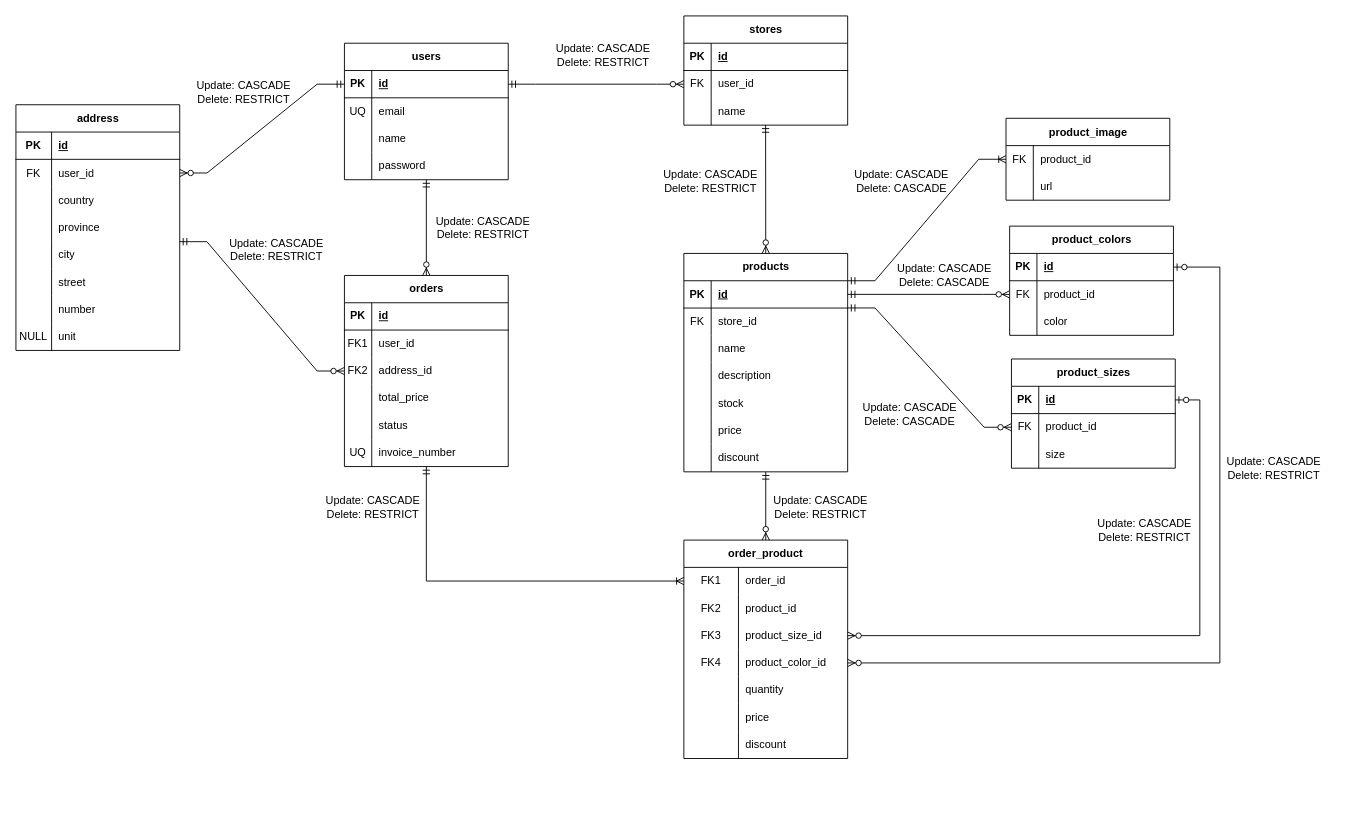
This is logical-design/exercise-7-ecommerce.drawio from hdz-kevin/learning-database-design, a draw.io file, before an edit. Source tidied: cells renumbered, new cells numbered last; positions are measured from the earlier drawing's top-left corner, leaving out a move shared by most shapes. Both pictures are drawn from the tidied source at 91%, with x=0, y=0 at pixel (15, 15).
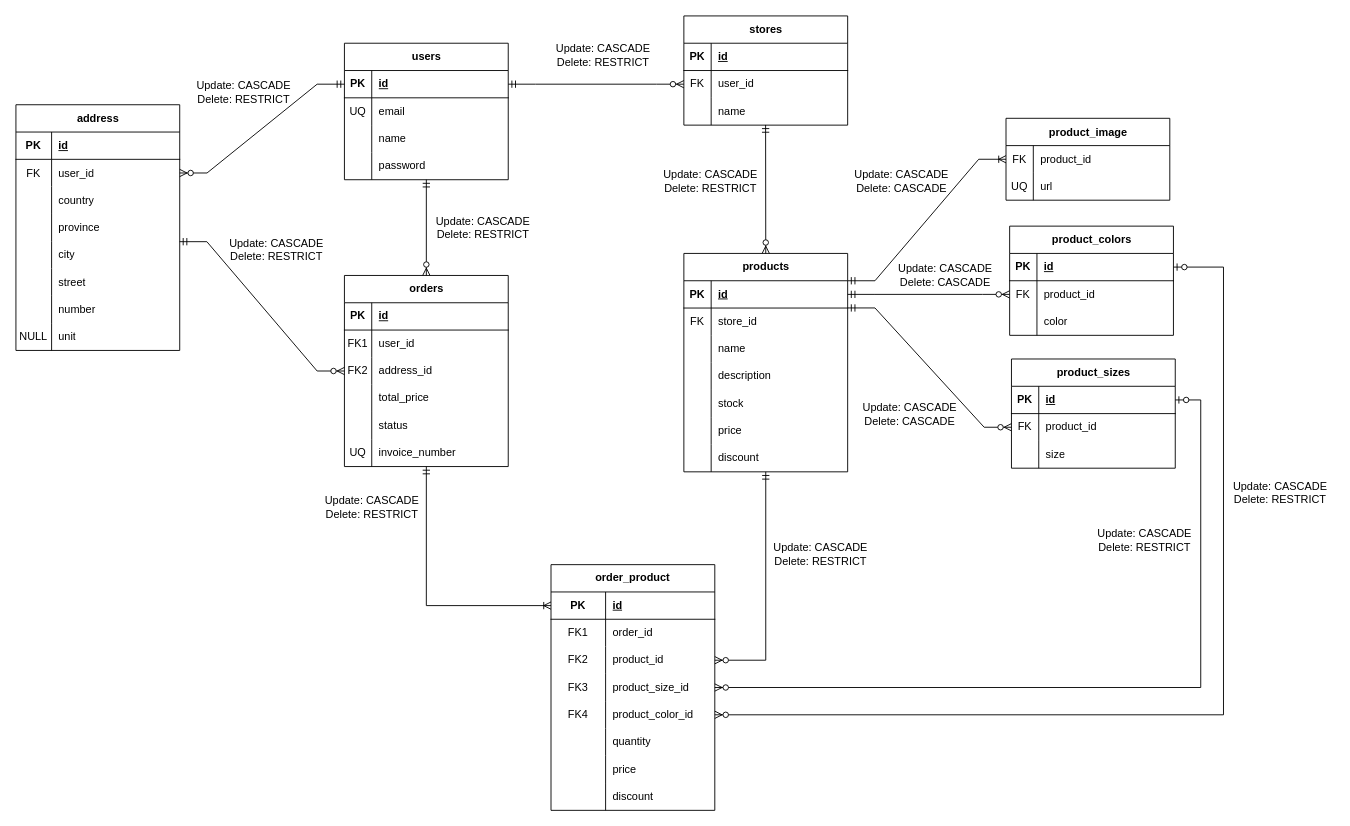
After the change.

Commit message (it also covers changes not shown here):
physical design - exercise 3: chat rooms

The change refers to these unchanged cells:
```xml
<mxCell id="26" value="products" style="shape=table;startSize=30;childLayout=tableLayout;rowLines=0;fontStyle=1;align=center;html=1;" parent="1" vertex="1">
  <mxGeometry x="734" y="261" width="180" height="240" as="geometry" />
</mxCell>
<mxCell id="52" style="shape=tableRow;horizontal=0;startSize=0;swimlaneHead=0;swimlaneBody=0;fillColor=none;top=0;left=0;right=0;bottom=0;" parent="48" vertex="1">
  <mxGeometry y="60" width="180" height="30" as="geometry" />
</mxCell>
<mxCell id="143" style="shape=tableRow;horizontal=0;startSize=0;swimlaneHead=0;swimlaneBody=0;fillColor=none;points=[[0,0.5],[1,0.5]];portConstraint=eastwest;top=0;left=0;right=0;bottom=1;" parent="142" vertex="1">
  <mxGeometry y="30" width="180" height="30" as="geometry" />
</mxCell>
<mxCell id="153" style="shape=tableRow;horizontal=0;startSize=0;swimlaneHead=0;swimlaneBody=0;fillColor=none;points=[[0,0.5],[1,0.5]];portConstraint=eastwest;top=0;left=0;right=0;bottom=1;" parent="152" vertex="1">
  <mxGeometry y="30" width="180" height="30" as="geometry" />
</mxCell>
```

The edit, as a diff of the source:
```diff
@@
-    <mxCell id="53" style="shape=partialRectangle;fillColor=none;top=0;left=0;bottom=0;right=0;overflow=hidden;whiteSpace=wrap;html=1;" parent="52" vertex="1">
+    <mxCell id="53" value="UQ" style="shape=partialRectangle;fillColor=none;top=0;left=0;bottom=0;right=0;overflow=hidden;whiteSpace=wrap;html=1;" parent="52" vertex="1">
       <mxGeometry width="30" height="30" as="geometry" />
     </mxCell>
@@
     <mxCell id="78" value="order_product" style="shape=table;startSize=30;childLayout=tableLayout;rowLines=0;fontStyle=1;align=center;html=1;whiteSpace=wrap;" parent="1" vertex="1">
-      <mxGeometry x="734" y="576" width="180" height="240" as="geometry" />
+      <mxGeometry x="588" y="603" width="180" height="270" as="geometry" />
     </mxCell>
-    <mxCell id="79" style="shape=tableRow;horizontal=0;startSize=0;swimlaneHead=0;swimlaneBody=0;fillColor=none;points=[[0,0.5],[1,0.5]];portConstraint=eastwest;top=0;left=0;right=0;bottom=0;html=1;" parent="78" vertex="1">
+    <mxCell id="79" style="shape=tableRow;horizontal=0;startSize=0;swimlaneHead=0;swimlaneBody=0;fillColor=none;points=[[0,0.5],[1,0.5]];portConstraint=eastwest;top=0;left=0;right=0;bottom=1;html=1;" parent="78" vertex="1">
       <mxGeometry y="30" width="180" height="30" as="geometry" />
     </mxCell>
-    <mxCell id="80" value="FK1" style="shape=partialRectangle;fillColor=none;top=0;left=0;bottom=0;right=0;overflow=hidden;html=1;whiteSpace=wrap;" parent="79" vertex="1">
+    <mxCell id="80" value="&lt;b&gt;PK&lt;/b&gt;" style="shape=partialRectangle;fillColor=none;top=0;left=0;bottom=0;right=0;overflow=hidden;html=1;whiteSpace=wrap;" parent="79" vertex="1">
       <mxGeometry width="60" height="30" as="geometry" />
     </mxCell>
-    <mxCell id="81" value="order_id" style="shape=partialRectangle;fillColor=none;top=0;left=0;bottom=0;right=0;align=left;spacingLeft=6;overflow=hidden;html=1;whiteSpace=wrap;" parent="79" vertex="1">
+    <mxCell id="81" value="&lt;u&gt;&lt;b&gt;id&lt;/b&gt;&lt;/u&gt;" style="shape=partialRectangle;fillColor=none;top=0;left=0;bottom=0;right=0;align=left;spacingLeft=6;overflow=hidden;html=1;whiteSpace=wrap;" parent="79" vertex="1">
       <mxGeometry x="60" width="120" height="30" as="geometry" />
     </mxCell>
+    <mxCell id="164" style="shape=tableRow;horizontal=0;startSize=0;swimlaneHead=0;swimlaneBody=0;fillColor=none;top=0;left=0;right=0;bottom=0;html=1;" parent="78" vertex="1">
+      <mxGeometry y="60" width="180" height="30" as="geometry" />
+    </mxCell>
+    <mxCell id="165" value="FK1" style="shape=partialRectangle;fillColor=none;top=0;left=0;bottom=0;right=0;overflow=hidden;html=1;whiteSpace=wrap;" parent="164" vertex="1">
+      <mxGeometry width="60" height="30" as="geometry" />
+    </mxCell>
+    <mxCell id="166" value="order_id" style="shape=partialRectangle;fillColor=none;top=0;left=0;bottom=0;right=0;align=left;spacingLeft=6;overflow=hidden;html=1;whiteSpace=wrap;" parent="164" vertex="1">
+      <mxGeometry x="60" width="120" height="30" as="geometry" />
+    </mxCell>
     <mxCell id="82" style="shape=tableRow;horizontal=0;startSize=0;swimlaneHead=0;swimlaneBody=0;fillColor=none;points=[[0,0.5],[1,0.5]];portConstraint=eastwest;top=0;left=0;right=0;bottom=0;html=1;" parent="78" vertex="1">
-      <mxGeometry y="60" width="180" height="30" as="geometry" />
+      <mxGeometry y="90" width="180" height="30" as="geometry" />
     </mxCell>
@@
     <mxCell id="85" style="shape=tableRow;horizontal=0;startSize=0;swimlaneHead=0;swimlaneBody=0;fillColor=none;points=[[0,0.5],[1,0.5]];portConstraint=eastwest;top=0;left=0;right=0;bottom=0;html=1;" parent="78" vertex="1">
-      <mxGeometry y="90" width="180" height="30" as="geometry" />
+      <mxGeometry y="120" width="180" height="30" as="geometry" />
     </mxCell>
@@
     <mxCell id="88" style="shape=tableRow;horizontal=0;startSize=0;swimlaneHead=0;swimlaneBody=0;fillColor=none;points=[[0,0.5],[1,0.5]];portConstraint=eastwest;top=0;left=0;right=0;bottom=0;html=1;" parent="78" vertex="1">
-      <mxGeometry y="120" width="180" height="30" as="geometry" />
+      <mxGeometry y="150" width="180" height="30" as="geometry" />
     </mxCell>
@@
     <mxCell id="91" style="shape=tableRow;horizontal=0;startSize=0;swimlaneHead=0;swimlaneBody=0;fillColor=none;top=0;left=0;right=0;bottom=0;html=1;" parent="78" vertex="1">
-      <mxGeometry y="150" width="180" height="30" as="geometry" />
+      <mxGeometry y="180" width="180" height="30" as="geometry" />
     </mxCell>
@@
     <mxCell id="94" style="shape=tableRow;horizontal=0;startSize=0;swimlaneHead=0;swimlaneBody=0;fillColor=none;top=0;left=0;right=0;bottom=0;html=1;" parent="78" vertex="1">
-      <mxGeometry y="180" width="180" height="30" as="geometry" />
+      <mxGeometry y="210" width="180" height="30" as="geometry" />
     </mxCell>
@@
     <mxCell id="97" style="shape=tableRow;horizontal=0;startSize=0;swimlaneHead=0;swimlaneBody=0;fillColor=none;top=0;left=0;right=0;bottom=0;html=1;" parent="78" vertex="1">
-      <mxGeometry y="210" width="180" height="30" as="geometry" />
+      <mxGeometry y="240" width="180" height="30" as="geometry" />
     </mxCell>
@@
-    <mxCell id="100" style="edgeStyle=orthogonalEdgeStyle;fontSize=12;html=1;endArrow=ERzeroToMany;startArrow=ERmandOne;rounded=0;entryX=0.5;entryY=0;entryDx=0;entryDy=0;exitX=0.5;exitY=1;exitDx=0;exitDy=0;" parent="1" edge="1" source="26" target="78">
+    <mxCell id="100" style="edgeStyle=orthogonalEdgeStyle;fontSize=12;html=1;endArrow=ERzeroToMany;startArrow=ERmandOne;rounded=0;entryX=1;entryY=0.5;entryDx=0;entryDy=0;exitX=0.5;exitY=1;exitDx=0;exitDy=0;" parent="1" edge="1" source="26" target="82">
       <mxGeometry relative="1" as="geometry" />
     </mxCell>
@@
     <mxCell id="133" value="Update: CASCADE&lt;div&gt;Delete: CASCADE&lt;/div&gt;" style="text;html=1;align=center;verticalAlign=middle;strokeColor=none;fillColor=none;" parent="1" vertex="1">
-      <mxGeometry x="959" y="264.6" width="121" height="41" as="geometry" />
+      <mxGeometry x="960" y="264.6" width="121" height="41" as="geometry" />
     </mxCell>
@@
     <mxCell id="135" value="Update: CASCADE&lt;div&gt;Delete: RESTRICT&lt;/div&gt;" style="text;html=1;align=center;verticalAlign=middle;strokeColor=none;fillColor=none;" parent="1" vertex="1">
-      <mxGeometry x="823" y="519.6" width="121" height="41" as="geometry" />
+      <mxGeometry x="823" y="571" width="121" height="41" as="geometry" />
     </mxCell>
     <mxCell id="136" value="Update: CASCADE&lt;div&gt;Delete: RESTRICT&lt;/div&gt;" style="text;html=1;align=center;verticalAlign=middle;strokeColor=none;fillColor=none;" parent="1" vertex="1">
-      <mxGeometry x="331" y="519.6" width="121" height="41" as="geometry" />
+      <mxGeometry x="330" y="519.6" width="121" height="41" as="geometry" />
     </mxCell>
@@
     <mxCell id="140" style="edgeStyle=orthogonalEdgeStyle;fontSize=12;html=1;endArrow=ERzeroToMany;startArrow=ERzeroToOne;rounded=0;entryX=1;entryY=0.5;entryDx=0;entryDy=0;exitX=1;exitY=0.5;exitDx=0;exitDy=0;" parent="1" edge="1" source="143" target="88">
       <mxGeometry relative="1" as="geometry">
         <Array as="points">
-          <mxPoint x="1323" y="276" />
-          <mxPoint x="1323" y="711" />
+          <mxPoint x="1327" y="276" />
+          <mxPoint x="1327" y="768" />
         </Array>
       </mxGeometry>
     </mxCell>
     <mxCell id="141" style="edgeStyle=orthogonalEdgeStyle;fontSize=12;html=1;endArrow=ERzeroToMany;startArrow=ERzeroToOne;rounded=0;entryX=1;entryY=0.5;entryDx=0;entryDy=0;exitX=1;exitY=0.5;exitDx=0;exitDy=0;" parent="1" edge="1" source="153" target="85">
       <mxGeometry relative="1" as="geometry">
         <Array as="points">
-          <mxPoint x="1301" y="422" />
-          <mxPoint x="1301" y="681" />
+          <mxPoint x="1302" y="422" />
+          <mxPoint x="1302" y="738" />
         </Array>
       </mxGeometry>
     </mxCell>
@@
     <mxCell id="162" value="Update: CASCADE&lt;div&gt;Delete: RESTRICT&lt;/div&gt;" style="text;html=1;align=center;verticalAlign=middle;strokeColor=none;fillColor=none;" parent="1" vertex="1">
-      <mxGeometry x="1321" y="476" width="121" height="41" as="geometry" />
+      <mxGeometry x="1328" y="503.6" width="121" height="41" as="geometry" />
     </mxCell>
     <mxCell id="163" value="Update: CASCADE&lt;div&gt;Delete: RESTRICT&lt;/div&gt;" style="text;html=1;align=center;verticalAlign=middle;strokeColor=none;fillColor=none;" parent="1" vertex="1">
-      <mxGeometry x="1179" y="544.6" width="121" height="41" as="geometry" />
+      <mxGeometry x="1179" y="555" width="121" height="41" as="geometry" />
     </mxCell>
```
